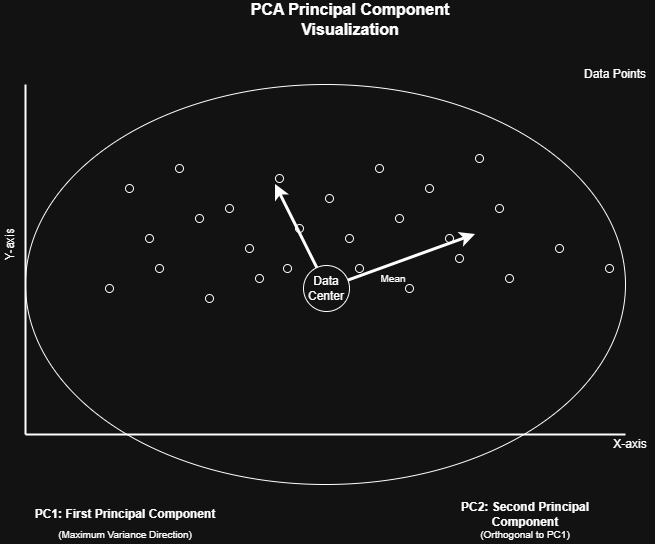
Above: docs/graph/pca.drawio.png in lyssom/math-of-llms (draw.io), before the change. Source tidied: cells renumbered, new cells last; positions are measured from the earlier drawing's top-left corner, leaving out a move shared by most shapes.
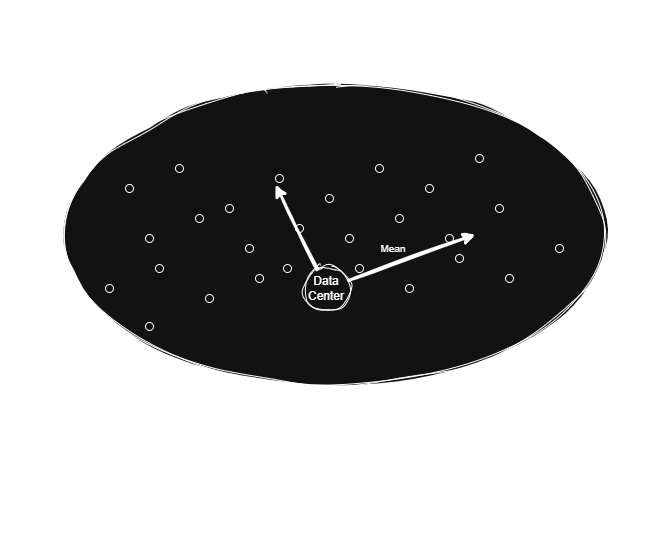
The same file after the commit.

What changed in the source:
```diff
@@ -2,13 +2,13 @@
   <root>
     <mxCell id="0" />
     <mxCell id="1" parent="0" />
-    <mxCell id="2" value="PCA Principal Component Visualization" style="text;html=1;strokeColor=none;fillColor=none;align=center;verticalAlign=middle;whiteSpace=wrap;rounded=0;fontSize=16;fontStyle=1;labelBackgroundColor=none;" parent="1" vertex="1">
+    <mxCell id="2" value="PCA Principal Component Visualization" style="text;html=1;strokeColor=none;fillColor=none;align=center;verticalAlign=middle;whiteSpace=wrap;rounded=0;fontSize=16;fontStyle=1;labelBackgroundColor=none;sketch=1;curveFitting=1;jiggle=2;" parent="1" vertex="1">
       <mxGeometry x="240" width="250" height="30" as="geometry" />
     </mxCell>
-    <mxCell id="3" style="shape=ellipse;perimeter=ellipsePerimeter;html=1;align=center;verticalAlign=middle;fontSize=12;labelBackgroundColor=none;" parent="1" vertex="1">
-      <mxGeometry x="40" y="80" width="600" height="400" as="geometry" />
+    <mxCell id="3" style="shape=ellipse;perimeter=ellipsePerimeter;html=1;align=center;verticalAlign=middle;fontSize=12;labelBackgroundColor=none;sketch=1;curveFitting=1;jiggle=2;" parent="1" vertex="1">
+      <mxGeometry x="80" y="80" width="540" height="300" as="geometry" />
     </mxCell>
-    <mxCell id="4" value="Data Points" style="text;html=1;strokeColor=none;fillColor=none;align=center;verticalAlign=middle;whiteSpace=wrap;rounded=0;fontSize=12;labelBackgroundColor=none;" parent="1" vertex="1">
+    <mxCell id="4" value="Data Points" style="text;html=1;strokeColor=none;fillColor=none;align=center;verticalAlign=middle;whiteSpace=wrap;rounded=0;fontSize=12;labelBackgroundColor=none;sketch=1;curveFitting=1;jiggle=2;" parent="1" vertex="1">
       <mxGeometry x="590" y="60" width="80" height="20" as="geometry" />
     </mxCell>
     <mxCell id="5" style="ellipse;whiteSpace=wrap;html=1;labelBackgroundColor=none;" parent="1" vertex="1">
@@ -89,60 +89,60 @@
     <mxCell id="30" style="ellipse;whiteSpace=wrap;html=1;labelBackgroundColor=none;" parent="1" vertex="1">
       <mxGeometry x="570" y="240" width="8" height="8" as="geometry" />
     </mxCell>
-    <mxCell id="31" style="ellipse;whiteSpace=wrap;html=1;labelBackgroundColor=none;" parent="1" vertex="1">
-      <mxGeometry x="620" y="260" width="8" height="8" as="geometry" />
-    </mxCell>
-    <mxCell id="32" value="PC1: First Principal Component" style="text;html=1;strokeColor=none;fillColor=none;align=center;verticalAlign=middle;whiteSpace=wrap;rounded=0;fontSize=12;fontStyle=1;labelBackgroundColor=none;" parent="1" vertex="1">
+    <mxCell id="32" value="PC1: First Principal Component" style="text;html=1;strokeColor=none;fillColor=none;align=center;verticalAlign=middle;whiteSpace=wrap;rounded=0;fontSize=12;fontStyle=1;labelBackgroundColor=none;sketch=1;curveFitting=1;jiggle=2;" parent="1" vertex="1">
       <mxGeometry x="40" y="500" width="200" height="20" as="geometry" />
     </mxCell>
-    <mxCell id="33" value="PC2: Second Principal Component" style="text;html=1;strokeColor=none;fillColor=none;align=center;verticalAlign=middle;whiteSpace=wrap;rounded=0;fontSize=12;fontStyle=1;labelBackgroundColor=none;" parent="1" vertex="1">
+    <mxCell id="33" value="PC2: Second Principal Component" style="text;html=1;strokeColor=none;fillColor=none;align=center;verticalAlign=middle;whiteSpace=wrap;rounded=0;fontSize=12;fontStyle=1;labelBackgroundColor=none;sketch=1;curveFitting=1;jiggle=2;" parent="1" vertex="1">
       <mxGeometry x="440" y="500" width="200" height="20" as="geometry" />
     </mxCell>
-    <mxCell id="34" value="(Maximum Variance Direction)" style="text;html=1;strokeColor=none;fillColor=none;align=center;verticalAlign=middle;whiteSpace=wrap;rounded=0;fontSize=10;labelBackgroundColor=none;" parent="1" vertex="1">
+    <mxCell id="34" value="(Maximum Variance Direction)" style="text;html=1;strokeColor=none;fillColor=none;align=center;verticalAlign=middle;whiteSpace=wrap;rounded=0;fontSize=10;labelBackgroundColor=none;sketch=1;curveFitting=1;jiggle=2;" parent="1" vertex="1">
       <mxGeometry x="40" y="520" width="200" height="20" as="geometry" />
     </mxCell>
-    <mxCell id="35" value="(Orthogonal to PC1)" style="text;html=1;strokeColor=none;fillColor=none;align=center;verticalAlign=middle;whiteSpace=wrap;rounded=0;fontSize=10;labelBackgroundColor=none;" parent="1" vertex="1">
+    <mxCell id="35" value="(Orthogonal to PC1)" style="text;html=1;strokeColor=none;fillColor=none;align=center;verticalAlign=middle;whiteSpace=wrap;rounded=0;fontSize=10;labelBackgroundColor=none;sketch=1;curveFitting=1;jiggle=2;" parent="1" vertex="1">
       <mxGeometry x="440" y="520" width="200" height="20" as="geometry" />
     </mxCell>
-    <mxCell id="36" style="endArrow=classic;startArrow=none;html=1;rounded=0;strokeWidth=3;labelBackgroundColor=none;fontColor=default;" parent="1" edge="1" source="44">
+    <mxCell id="36" style="endArrow=classic;startArrow=none;html=1;rounded=0;strokeWidth=3;labelBackgroundColor=none;fontColor=default;sketch=1;curveFitting=1;jiggle=2;" parent="1" edge="1" source="44">
       <mxGeometry relative="1" as="geometry">
         <mxPoint x="490" y="230" as="targetPoint" />
       </mxGeometry>
     </mxCell>
-    <mxCell id="37" style="endArrow=classic;startArrow=none;html=1;rounded=0;strokeWidth=3;labelBackgroundColor=none;fontColor=default;" parent="1" edge="1">
+    <mxCell id="37" style="endArrow=classic;startArrow=none;html=1;rounded=0;strokeWidth=3;labelBackgroundColor=none;fontColor=default;sketch=1;curveFitting=1;jiggle=2;" parent="1" edge="1">
       <mxGeometry relative="1" as="geometry">
         <mxPoint x="340" y="280" as="sourcePoint" />
         <mxPoint x="290" y="180" as="targetPoint" />
       </mxGeometry>
     </mxCell>
-    <mxCell id="38" value="Mean" style="text;html=1;strokeColor=none;fillColor=none;align=center;verticalAlign=middle;whiteSpace=wrap;rounded=0;fontSize=10;labelBackgroundColor=none;" parent="1" vertex="1">
-      <mxGeometry x="388" y="264" width="40" height="20" as="geometry" />
+    <mxCell id="38" value="Mean" style="text;html=1;strokeColor=none;fillColor=none;align=center;verticalAlign=middle;whiteSpace=wrap;rounded=0;fontSize=10;labelBackgroundColor=none;sketch=1;curveFitting=1;jiggle=2;" parent="1" vertex="1">
+      <mxGeometry x="388" y="234" width="40" height="20" as="geometry" />
     </mxCell>
-    <mxCell id="39" value="X-axis" style="text;html=1;strokeColor=none;fillColor=none;align=center;verticalAlign=middle;whiteSpace=wrap;rounded=0;fontSize=12;labelBackgroundColor=none;" parent="1" vertex="1">
+    <mxCell id="39" value="X-axis" style="text;html=1;strokeColor=none;fillColor=none;align=center;verticalAlign=middle;whiteSpace=wrap;rounded=0;fontSize=12;labelBackgroundColor=none;sketch=1;curveFitting=1;jiggle=2;" parent="1" vertex="1">
       <mxGeometry x="620" y="430" width="50" height="20" as="geometry" />
     </mxCell>
-    <mxCell id="40" value="Y-axis" style="text;html=1;strokeColor=none;fillColor=none;align=center;verticalAlign=middle;whiteSpace=wrap;rounded=0;fontSize=12;rotation=-90;labelBackgroundColor=none;" parent="1" vertex="1">
+    <mxCell id="40" value="Y-axis" style="text;html=1;strokeColor=none;fillColor=none;align=center;verticalAlign=middle;whiteSpace=wrap;rounded=0;fontSize=12;rotation=-90;labelBackgroundColor=none;sketch=1;curveFitting=1;jiggle=2;" parent="1" vertex="1">
       <mxGeometry y="230" width="50" height="20" as="geometry" />
     </mxCell>
-    <mxCell id="41" style="endArrow=none;html=1;rounded=0;strokeWidth=2;labelBackgroundColor=none;fontColor=default;" parent="1" edge="1">
+    <mxCell id="41" style="endArrow=none;html=1;rounded=0;strokeWidth=2;labelBackgroundColor=none;fontColor=default;sketch=1;curveFitting=1;jiggle=2;" parent="1" edge="1">
       <mxGeometry relative="1" as="geometry">
         <mxPoint x="40" y="430" as="sourcePoint" />
         <mxPoint x="640" y="430" as="targetPoint" />
       </mxGeometry>
     </mxCell>
-    <mxCell id="42" style="endArrow=none;html=1;rounded=0;strokeWidth=2;labelBackgroundColor=none;fontColor=default;" parent="1" edge="1">
+    <mxCell id="42" style="endArrow=none;html=1;rounded=0;strokeWidth=2;labelBackgroundColor=none;fontColor=default;sketch=1;curveFitting=1;jiggle=2;" parent="1" edge="1">
       <mxGeometry relative="1" as="geometry">
         <mxPoint x="40" y="80" as="sourcePoint" />
         <mxPoint x="40" y="430" as="targetPoint" />
       </mxGeometry>
     </mxCell>
-    <mxCell id="43" style="endArrow=classic;startArrow=none;html=1;rounded=0;strokeWidth=3;labelBackgroundColor=none;fontColor=default;" parent="1" edge="1" target="44">
+    <mxCell id="43" style="endArrow=classic;startArrow=none;html=1;rounded=0;strokeWidth=3;labelBackgroundColor=none;fontColor=default;sketch=1;curveFitting=1;jiggle=2;" parent="1" edge="1" target="44">
       <mxGeometry relative="1" as="geometry">
         <mxPoint x="340" y="280" as="sourcePoint" />
       </mxGeometry>
     </mxCell>
-    <mxCell id="44" value="Data Center" style="ellipse;whiteSpace=wrap;html=1;labelBackgroundColor=none;" parent="1" vertex="1">
+    <mxCell id="44" value="Data Center" style="ellipse;whiteSpace=wrap;html=1;labelBackgroundColor=none;sketch=1;curveFitting=1;jiggle=2;" parent="1" vertex="1">
       <mxGeometry x="318" y="261" width="46" height="46" as="geometry" />
     </mxCell>
+    <mxCell id="45" style="ellipse;whiteSpace=wrap;html=1;labelBackgroundColor=none;" parent="1" vertex="1">
+      <mxGeometry x="160" y="318" width="8" height="8" as="geometry" />
+    </mxCell>
   </root>
 </mxGraphModel>
```
